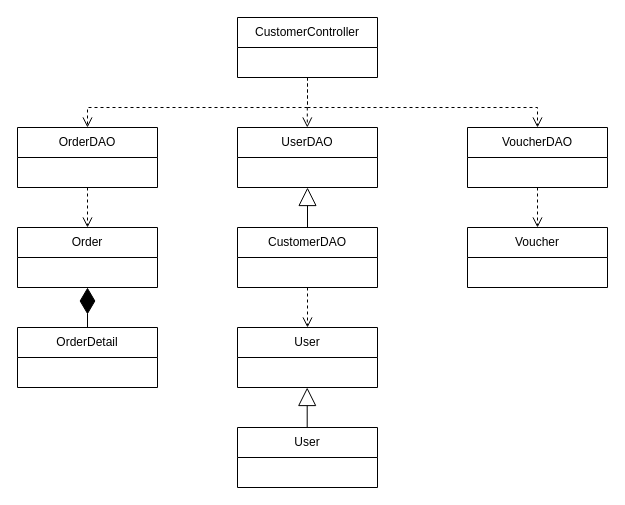
Above: document/SDS/10.Export_Request/Class_Diagram/Export_Receipt_Class_Diagram.drawio in QuocZuong/perfume-store (draw.io), before the change. Source tidied: cells renumbered, new cells numbered last; positions are measured from the earlier drawing's top-left corner, leaving out a move shared by most shapes. Both pictures are drawn from the tidied source at 100%, with x=0, y=0 at pixel (17, 17).
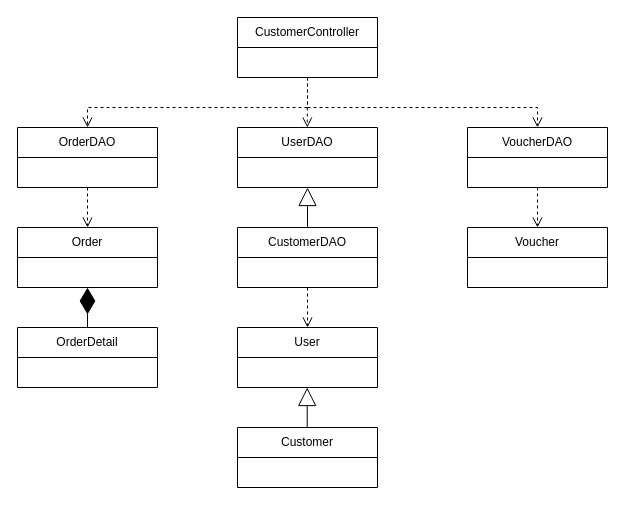
After the change.

Commit message:
Update class name

Diff of the diagram source:
```diff
@@
-    <mxCell id="18" value="User" style="swimlane;fontStyle=0;horizontal=1;startSize=30;whiteSpace=wrap;html=1;" parent="1" vertex="1">
+    <mxCell id="18" value="Customer" style="swimlane;fontStyle=0;horizontal=1;startSize=30;whiteSpace=wrap;html=1;" parent="1" vertex="1">
       <mxGeometry x="220" y="410" width="140" height="60" as="geometry" />
     </mxCell>
```
